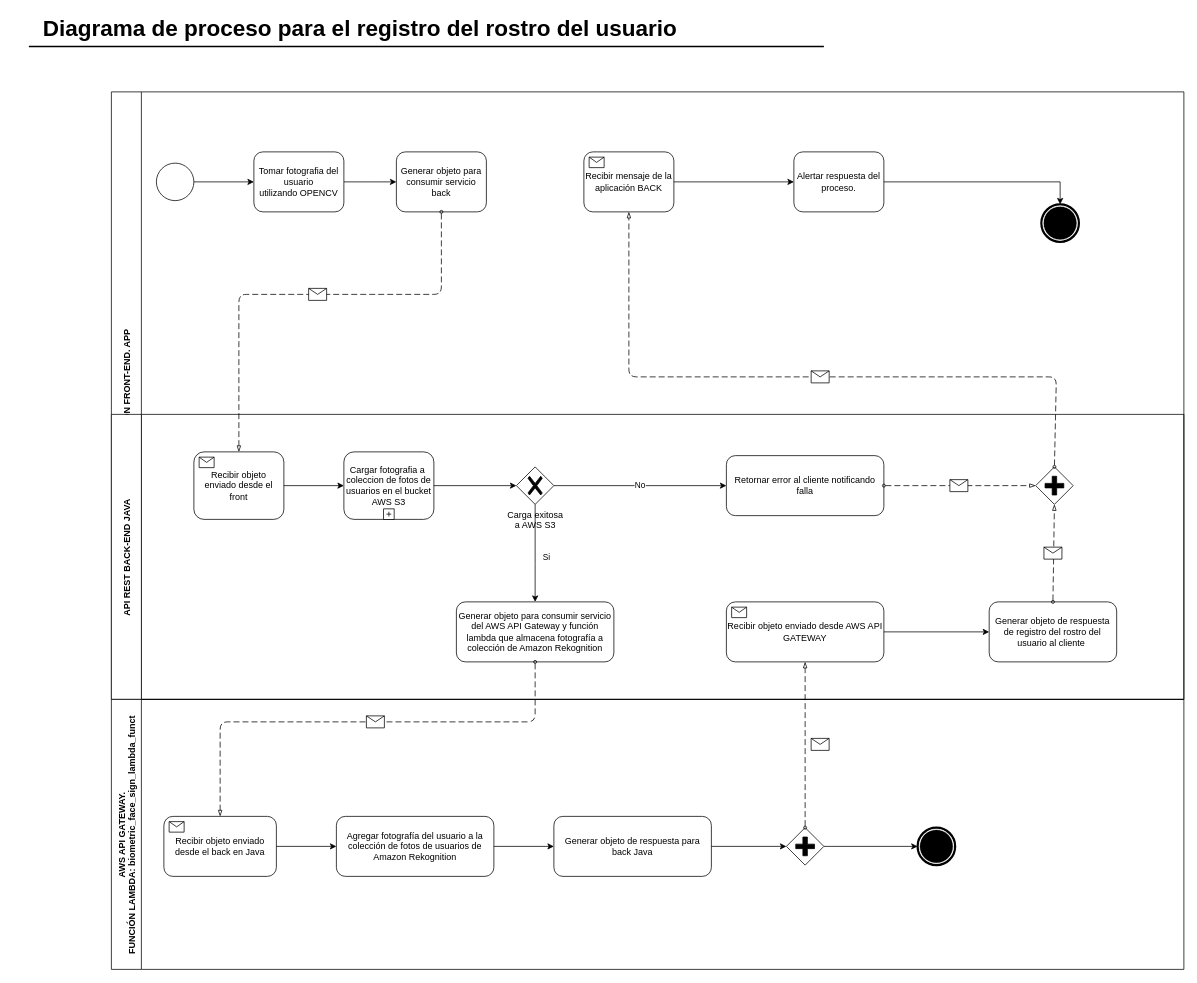
This is ProcesoRegistroUsuario.drawio from ca-milin15/proy_grado_2021_doc, a draw.io file, before an edit. Source tidied: cells renumbered, new cells numbered last; positions are measured from the earlier drawing's top-left corner, leaving out a move shared by most shapes. Both pictures are drawn from the tidied source at 75%, with x=0, y=0 at pixel (28, 12).
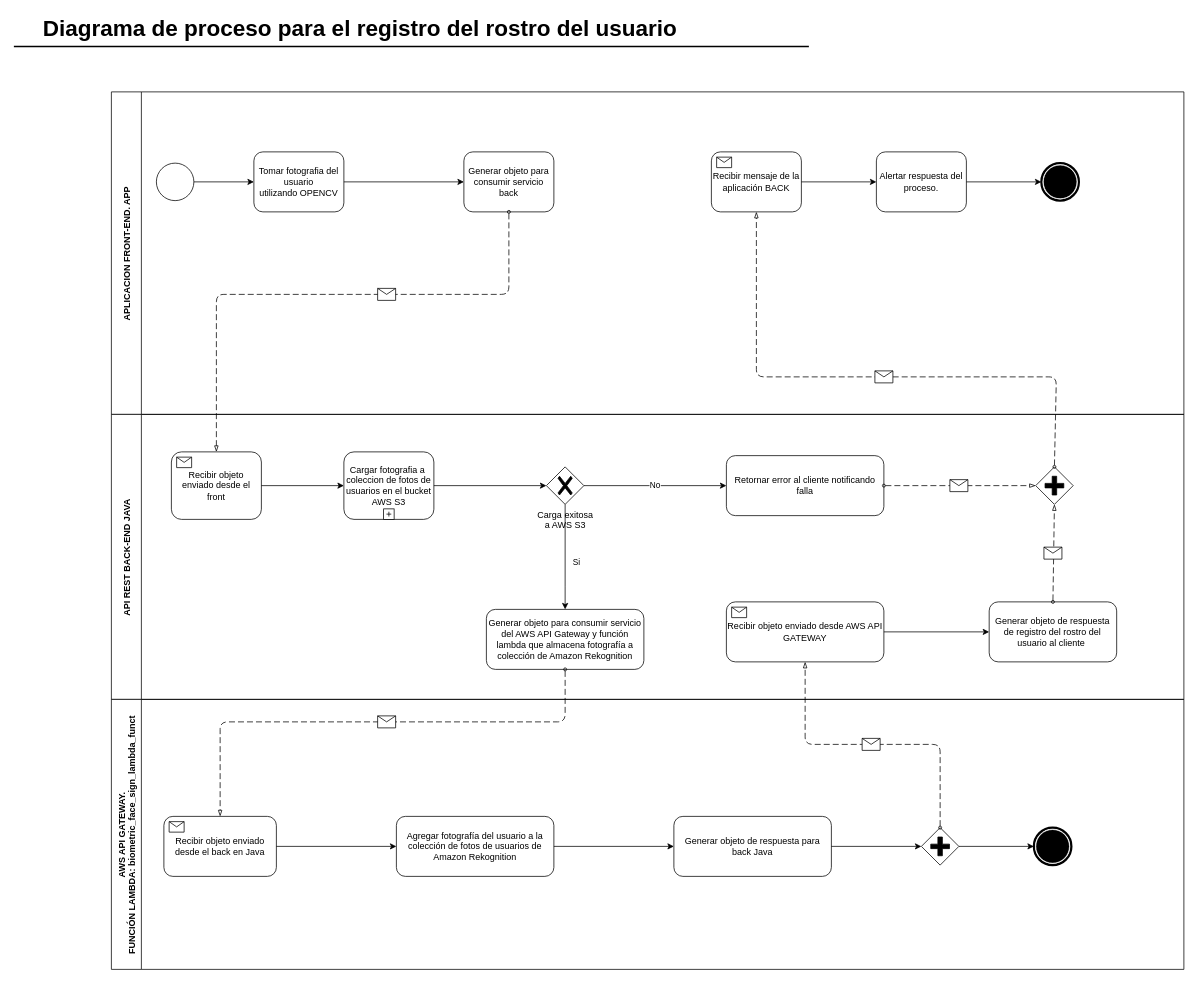
Above is the later version.

Unchanged cells that the change refers to:
```xml
<mxCell id="8" value="API REST BACK-END JAVA" style="swimlane;horizontal=0;startSize=40;" parent="6" vertex="1">
  <mxGeometry y="430" width="1430" height="380" as="geometry" />
</mxCell>
<mxCell id="19" style="points=[[0.25,0.25,0],[0.5,0,0],[0.75,0.25,0],[1,0.5,0],[0.75,0.75,0],[0.5,1,0],[0.25,0.75,0],[0,0.5,0]];shape=mxgraph.bpmn.gateway2;html=1;verticalLabelPosition=bottom;labelBackgroundColor=#ffffff;verticalAlign=top;align=center;perimeter=rhombusPerimeter;outlineConnect=0;outline=none;symbol=none;gwType=parallel;" parent="8" vertex="1">
  <mxGeometry x="1232.4" y="70" width="50" height="50" as="geometry" />
</mxCell>
<mxCell id="23" value="Recibir objeto enviado desde AWS API GATEWAY" style="html=1;whiteSpace=wrap;rounded=1;" parent="8" vertex="1">
  <mxGeometry x="820" y="250" width="210" height="80" as="geometry" />
</mxCell>
<mxCell id="35" value="Tomar fotografia del usuario&lt;br&gt;&amp;nbsp;utilizando OPENCV&amp;nbsp;" style="shape=ext;rounded=1;html=1;whiteSpace=wrap;" parent="6" vertex="1">
  <mxGeometry x="190" y="80" width="120" height="80" as="geometry" />
</mxCell>
<mxCell id="39" value="AWS API GATEWAY. &#10;FUNCIÓN LAMBDA: biometric_face_sign_lambda_funct" style="swimlane;horizontal=0;startSize=40;" parent="1" vertex="1">
  <mxGeometry x="110" y="916" width="1430" height="360" as="geometry" />
</mxCell>
<mxCell id="40" value="Recibir objeto enviado desde el back en Java" style="html=1;whiteSpace=wrap;rounded=1;" parent="39" vertex="1">
  <mxGeometry x="70" y="156" width="150" height="80" as="geometry" />
</mxCell>
```

The edit, as a diff of the source:
```diff
@@
-    <mxCell id="2" value="Recibir mensaje de la aplicación BACK" style="html=1;whiteSpace=wrap;rounded=1;" parent="1" vertex="1">
-      <mxGeometry x="740" y="186" width="120" height="80" as="geometry" />
-    </mxCell>
-    <mxCell id="3" style="html=1;shape=message;" parent="2" vertex="1">
-      <mxGeometry width="20" height="14" relative="1" as="geometry">
-        <mxPoint x="7" y="7" as="offset" />
-      </mxGeometry>
-    </mxCell>
-    <mxCell id="4" style="edgeStyle=orthogonalEdgeStyle;rounded=0;html=1;jettySize=auto;" parent="1" edge="1" source="35">
-      <mxGeometry relative="1" as="geometry">
-        <mxPoint x="490" y="226" as="targetPoint" />
-      </mxGeometry>
-    </mxCell>
-    <mxCell id="5" style="edgeStyle=orthogonalEdgeStyle;rounded=0;html=1;jettySize=auto;entryX=0;entryY=0.5;entryDx=0;entryDy=0;" parent="1" edge="1" source="2" target="32">
-      <mxGeometry relative="1" as="geometry" />
-    </mxCell>
     <mxCell id="6" value="APLICACION FRONT-END. APP" style="swimlane;horizontal=0;startSize=40;" parent="1" vertex="1">
-      <mxGeometry x="110" y="106" width="1430" height="810" as="geometry" />
+      <mxGeometry x="110" y="106" width="1430" height="430" as="geometry" />
     </mxCell>
     <mxCell id="7" value="Generar objeto para consumir servicio back" style="shape=ext;rounded=1;html=1;whiteSpace=wrap;" parent="6" vertex="1">
-      <mxGeometry x="380" y="80" width="120" height="80" as="geometry" />
+      <mxGeometry x="470" y="80" width="120" height="80" as="geometry" />
     </mxCell>
@@
     <mxCell id="9" value="Recibir objeto enviado desde el front" style="html=1;whiteSpace=wrap;rounded=1;" parent="8" vertex="1">
-      <mxGeometry x="110" y="50" width="120" height="90" as="geometry" />
+      <mxGeometry x="80" y="50" width="120" height="90" as="geometry" />
     </mxCell>
@@
     <mxCell id="15" value="Carga exitosa &lt;br&gt;a AWS S3" style="points=[[0.25,0.25,0],[0.5,0,0],[0.75,0.25,0],[1,0.5,0],[0.75,0.75,0],[0.5,1,0],[0.25,0.75,0],[0,0.5,0]];shape=mxgraph.bpmn.gateway2;html=1;verticalLabelPosition=bottom;labelBackgroundColor=#ffffff;verticalAlign=top;align=center;perimeter=rhombusPerimeter;outlineConnect=0;outline=none;symbol=none;gwType=exclusive;" parent="8" vertex="1">
-      <mxGeometry x="540" y="70" width="50" height="50" as="geometry" />
+      <mxGeometry x="580" y="70" width="50" height="50" as="geometry" />
     </mxCell>
     <mxCell id="16" value="Si" style="edgeStyle=orthogonalEdgeStyle;rounded=0;html=1;jettySize=auto;exitX=0.5;exitY=1;exitDx=0;exitDy=0;exitPerimeter=0;entryX=0.5;entryY=0;entryDx=0;entryDy=0;" parent="8" edge="1" source="15" target="22">
       <mxGeometry x="0.08" y="15" relative="1" as="geometry">
         <Array as="points">
-          <mxPoint x="565" y="200" />
+          <mxPoint x="605" y="230" />
+          <mxPoint x="605" y="230" />
         </Array>
         <mxPoint y="1" as="offset" />
       </mxGeometry>
     </mxCell>
@@
     <mxCell id="22" value="Generar objeto para consumir servicio del AWS API Gateway y función lambda que almacena fotografía a colección de Amazon Rekognition" style="shape=ext;rounded=1;html=1;whiteSpace=wrap;" parent="8" vertex="1">
-      <mxGeometry x="460" y="250" width="210" height="80" as="geometry" />
+      <mxGeometry x="500" y="260" width="210" height="80" as="geometry" />
     </mxCell>
@@
     <mxCell id="29" style="endArrow=blockThin;html=1;labelPosition=left;verticalLabelPosition=middle;align=right;verticalAlign=middle;dashed=1;dashPattern=8 4;endFill=0;startArrow=oval;startFill=0;endSize=6;startSize=4;exitX=0.5;exitY=1;exitDx=0;exitDy=0;entryX=0.5;entryY=0;entryDx=0;entryDy=0;" parent="6" edge="1" source="7" target="9">
       <mxGeometry relative="1" as="geometry">
         <Array as="points">
-          <mxPoint x="440" y="270" />
-          <mxPoint x="170" y="270" />
+          <mxPoint x="530" y="270" />
+          <mxPoint x="140" y="270" />
         </Array>
       </mxGeometry>
     </mxCell>
     <mxCell id="30" style="shape=message;html=1;labelPosition=left;verticalLabelPosition=middle;align=right;verticalAlign=middle;spacingRight=5;labelBackgroundColor=#ffffff;" parent="29" vertex="1">
       <mxGeometry width="24" height="16" relative="1" as="geometry">
-        <mxPoint x="8" y="-8" as="offset" />
+        <mxPoint x="70" y="-8" as="offset" />
       </mxGeometry>
     </mxCell>
     <mxCell id="31" style="points=[[0.145,0.145,0],[0.5,0,0],[0.855,0.145,0],[1,0.5,0],[0.855,0.855,0],[0.5,1,0],[0.145,0.855,0],[0,0.5,0]];shape=mxgraph.bpmn.event;html=1;verticalLabelPosition=bottom;labelBackgroundColor=#ffffff;verticalAlign=top;align=center;perimeter=ellipsePerimeter;outlineConnect=0;outline=end;symbol=terminate;" parent="6" vertex="1">
-      <mxGeometry x="1240" y="150" width="50" height="50" as="geometry" />
+      <mxGeometry x="1240" y="95" width="50" height="50" as="geometry" />
     </mxCell>
     <mxCell id="32" value="Alertar respuesta del proceso." style="shape=ext;rounded=1;html=1;whiteSpace=wrap;" parent="6" vertex="1">
-      <mxGeometry x="910" y="80" width="120" height="80" as="geometry" />
+      <mxGeometry x="1020" y="80" width="120" height="80" as="geometry" />
     </mxCell>
-    <mxCell id="33" style="edgeStyle=orthogonalEdgeStyle;rounded=0;html=1;jettySize=auto;exitX=1;exitY=0.5;exitDx=0;exitDy=0;entryX=0.5;entryY=0;entryDx=0;entryDy=0;entryPerimeter=0;" parent="6" edge="1" source="32" target="31">
+    <mxCell id="33" style="edgeStyle=orthogonalEdgeStyle;rounded=0;html=1;jettySize=auto;exitX=1;exitY=0.5;exitDx=0;exitDy=0;entryX=0;entryY=0.5;entryDx=0;entryDy=0;entryPerimeter=0;" parent="6" edge="1" source="32" target="31">
       <mxGeometry relative="1" as="geometry" />
     </mxCell>
@@
+    <mxCell id="4" style="edgeStyle=orthogonalEdgeStyle;rounded=0;html=1;jettySize=auto;entryX=0;entryY=0.5;entryDx=0;entryDy=0;" parent="6" edge="1" source="35" target="7">
+      <mxGeometry relative="1" as="geometry" />
+    </mxCell>
+    <mxCell id="2" value="Recibir mensaje de la aplicación BACK" style="html=1;whiteSpace=wrap;rounded=1;" parent="6" vertex="1">
+      <mxGeometry x="800" y="80" width="120" height="80" as="geometry" />
+    </mxCell>
+    <mxCell id="3" style="html=1;shape=message;" parent="2" vertex="1">
+      <mxGeometry width="20" height="14" relative="1" as="geometry">
+        <mxPoint x="7" y="7" as="offset" />
+      </mxGeometry>
+    </mxCell>
+    <mxCell id="5" style="edgeStyle=orthogonalEdgeStyle;rounded=0;html=1;jettySize=auto;entryX=0;entryY=0.5;entryDx=0;entryDy=0;" parent="6" edge="1" source="2" target="32">
+      <mxGeometry relative="1" as="geometry" />
+    </mxCell>
-    <mxCell id="37" style="endArrow=blockThin;html=1;labelPosition=left;verticalLabelPosition=middle;align=right;verticalAlign=middle;dashed=1;dashPattern=8 4;endFill=0;startArrow=oval;startFill=0;endSize=6;startSize=4;exitX=0.5;exitY=0;exitDx=0;exitDy=0;exitPerimeter=0;entryX=0.5;entryY=1;entryDx=0;entryDy=0;" parent="1" edge="1" source="19" target="2">
+    <mxCell id="37" style="endArrow=blockThin;html=1;labelPosition=left;verticalLabelPosition=middle;align=right;verticalAlign=middle;dashed=1;dashPattern=8 4;endFill=0;startArrow=oval;startFill=0;endSize=6;startSize=4;exitX=0.5;exitY=0;exitDx=0;exitDy=0;exitPerimeter=0;entryX=0.5;entryY=1;entryDx=0;entryDy=0;" parent="6" edge="1" source="19" target="2">
       <mxGeometry relative="1" as="geometry">
         <Array as="points">
-          <mxPoint x="1370" y="486" />
-          <mxPoint x="800" y="486" />
+          <mxPoint x="1260" y="380" />
+          <mxPoint x="860" y="380" />
         </Array>
       </mxGeometry>
     </mxCell>
@@
     <mxCell id="42" value="Agregar fotografía del usuario a la colección de fotos de usuarios de Amazon Rekognition" style="shape=ext;rounded=1;html=1;whiteSpace=wrap;" parent="39" vertex="1">
-      <mxGeometry x="300" y="156" width="210" height="80" as="geometry" />
+      <mxGeometry x="380" y="156" width="210" height="80" as="geometry" />
     </mxCell>
@@
     <mxCell id="44" value="Generar objeto de respuesta para back Java" style="shape=ext;rounded=1;html=1;whiteSpace=wrap;" parent="39" vertex="1">
-      <mxGeometry x="590" y="156" width="210" height="80" as="geometry" />
+      <mxGeometry x="750" y="156" width="210" height="80" as="geometry" />
     </mxCell>
@@
     <mxCell id="46" style="points=[[0.25,0.25,0],[0.5,0,0],[0.75,0.25,0],[1,0.5,0],[0.75,0.75,0],[0.5,1,0],[0.25,0.75,0],[0,0.5,0]];shape=mxgraph.bpmn.gateway2;html=1;verticalLabelPosition=bottom;labelBackgroundColor=#ffffff;verticalAlign=top;align=center;perimeter=rhombusPerimeter;outlineConnect=0;outline=none;symbol=none;gwType=parallel;" parent="39" vertex="1">
-      <mxGeometry x="900" y="171" width="50" height="50" as="geometry" />
+      <mxGeometry x="1080" y="171" width="50" height="50" as="geometry" />
     </mxCell>
@@
     <mxCell id="48" style="points=[[0.145,0.145,0],[0.5,0,0],[0.855,0.145,0],[1,0.5,0],[0.855,0.855,0],[0.5,1,0],[0.145,0.855,0],[0,0.5,0]];shape=mxgraph.bpmn.event;html=1;verticalLabelPosition=bottom;labelBackgroundColor=#ffffff;verticalAlign=top;align=center;perimeter=ellipsePerimeter;outlineConnect=0;outline=end;symbol=terminate;" parent="39" vertex="1">
-      <mxGeometry x="1075" y="171" width="50" height="50" as="geometry" />
+      <mxGeometry x="1230" y="171" width="50" height="50" as="geometry" />
     </mxCell>
@@
     <mxCell id="50" style="endArrow=blockThin;html=1;labelPosition=left;verticalLabelPosition=middle;align=right;verticalAlign=middle;dashed=1;dashPattern=8 4;endFill=0;startArrow=oval;startFill=0;endSize=6;startSize=4;entryX=0.5;entryY=0;entryDx=0;entryDy=0;exitX=0.5;exitY=1;exitDx=0;exitDy=0;" parent="1" edge="1" source="22" target="40">
       <mxGeometry relative="1" as="geometry">
         <Array as="points">
-          <mxPoint x="675" y="946" />
+          <mxPoint x="715" y="946" />
           <mxPoint x="255" y="946" />
         </Array>
       </mxGeometry>
     </mxCell>
@@
     <mxCell id="52" style="endArrow=blockThin;html=1;labelPosition=left;verticalLabelPosition=middle;align=right;verticalAlign=middle;dashed=1;dashPattern=8 4;endFill=0;startArrow=oval;startFill=0;endSize=6;startSize=4;entryX=0.5;entryY=1;entryDx=0;entryDy=0;exitX=0.5;exitY=0;exitDx=0;exitDy=0;exitPerimeter=0;" parent="1" edge="1" source="46" target="23">
       <mxGeometry relative="1" as="geometry">
         <Array as="points">
+          <mxPoint x="1215" y="976" />
           <mxPoint x="1035" y="976" />
         </Array>
       </mxGeometry>
     </mxCell>
     <mxCell id="53" style="shape=message;html=1;labelPosition=left;verticalLabelPosition=middle;align=right;verticalAlign=middle;spacingRight=5;labelBackgroundColor=#ffffff;" parent="52" vertex="1">
       <mxGeometry width="24" height="16" relative="1" as="geometry">
-        <mxPoint x="8" y="-8" as="offset" />
+        <mxPoint x="-14" y="-8" as="offset" />
       </mxGeometry>
     </mxCell>
@@
     <mxCell id="55" style="line;strokeWidth=2;html=1;fontSize=14;" parent="1" vertex="1">
-      <mxGeometry y="40.5" width="1060" height="10" as="geometry" />
+      <mxGeometry x="-20" y="40.5" width="1060" height="10" as="geometry" />
     </mxCell>
```
